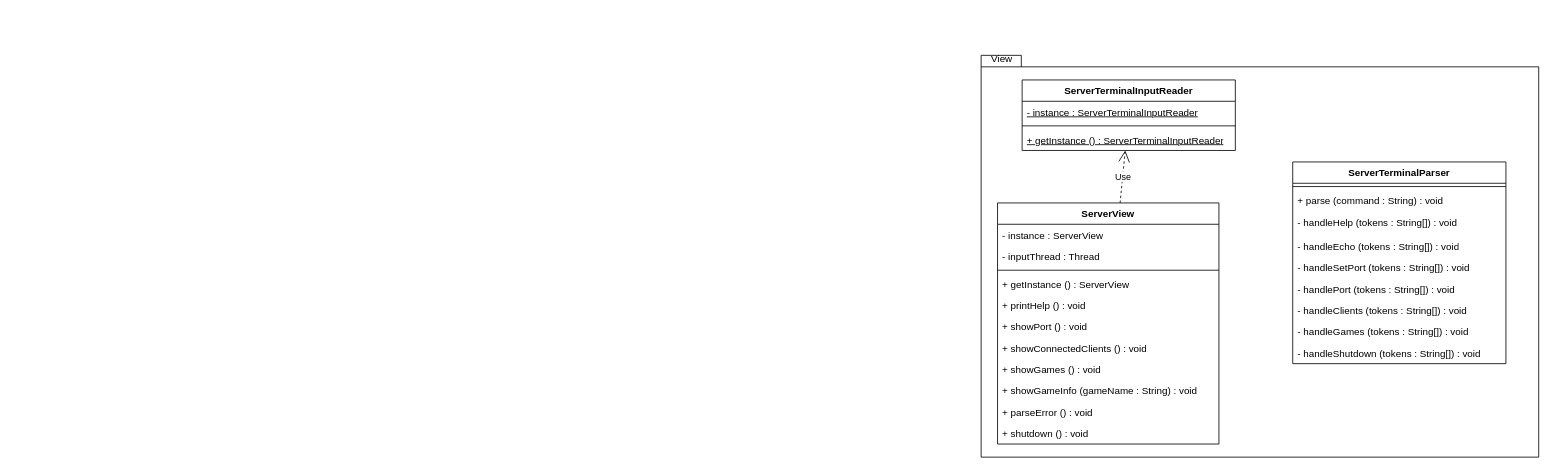
Before: page "ServerView" (6 of 10) of Deliveries/UML/UML.drawio in EliaDallanoce432/IS24-LB08, a draw.io diagram. Source tidied: cells renumbered, new cells numbered last; positions are measured from the earlier drawing's top-left corner, leaving out a move shared by most shapes. Both pictures are drawn from the tidied source at 82%, with x=0, y=0 at pixel (981, 47).
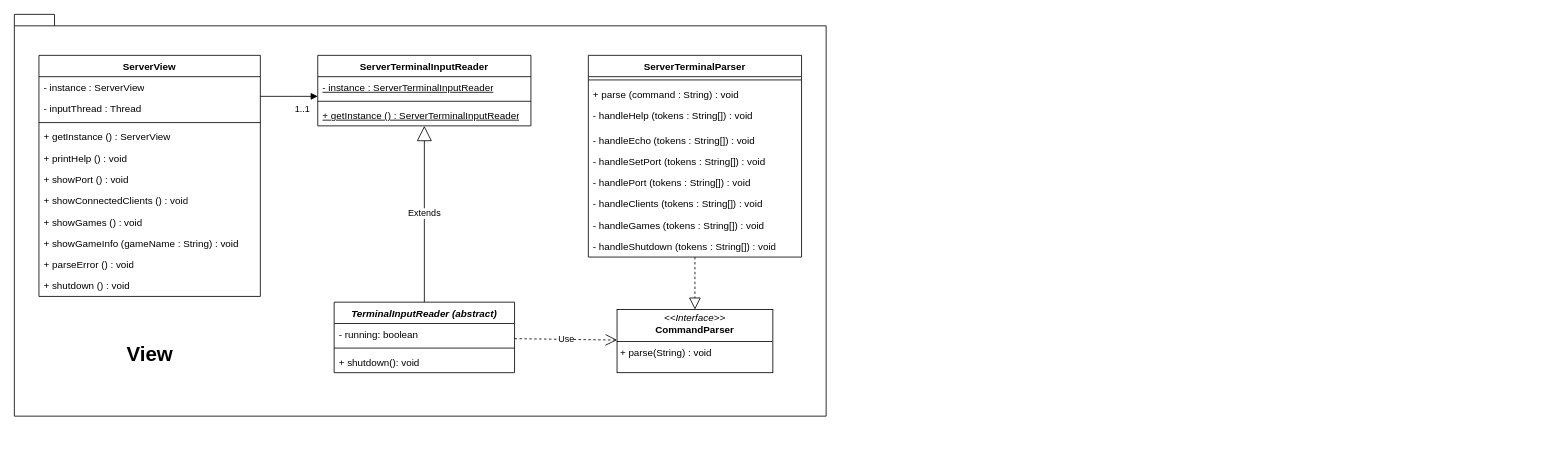
The same diagram, later.

The edit, as a diff of the source:
```diff
@@
-    <mxCell id="2" style="shape=folder;fontStyle=1;spacingTop=10;tabWidth=40;tabHeight=14;tabPosition=left;html=1;whiteSpace=wrap;" parent="1" vertex="1">
-      <mxGeometry y="10" width="680" height="490" as="geometry" />
-    </mxCell>
+    <mxCell id="31" style="shape=folder;fontStyle=1;spacingTop=10;tabWidth=40;tabHeight=14;tabPosition=left;html=1;whiteSpace=wrap;" parent="1" vertex="1">
+      <mxGeometry x="-1179" y="-40" width="990" height="490" as="geometry" />
+    </mxCell>
     <mxCell id="3" value="ServerTerminalInputReader" style="swimlane;fontStyle=1;align=center;verticalAlign=top;horizontal=1;startSize=26;whiteSpace=wrap;html=1;" parent="1" vertex="1">
-      <mxGeometry x="50" y="40" width="260" height="86" as="geometry" />
+      <mxGeometry x="-809" y="10" width="260" height="86" as="geometry" />
     </mxCell>
@@
-    <mxCell id="7" value="View" style="text;html=1;align=center;verticalAlign=middle;strokeColor=none;fillColor=none;" parent="1" vertex="1">
-      <mxGeometry width="50" height="30" as="geometry" />
-    </mxCell>
     <mxCell id="8" value="ServerTerminalParser" style="swimlane;fontStyle=1;align=center;verticalAlign=top;horizontal=1;startSize=26;whiteSpace=wrap;html=1;" parent="1" vertex="1">
-      <mxGeometry x="380" y="140" width="260" height="246" as="geometry" />
+      <mxGeometry x="-479" y="10" width="260" height="246" as="geometry" />
     </mxCell>
@@
     <mxCell id="18" value="ServerView" style="swimlane;fontStyle=1;align=center;verticalAlign=top;horizontal=1;startSize=26;whiteSpace=wrap;html=1;" parent="1" vertex="1">
-      <mxGeometry x="20" y="190" width="270" height="294" as="geometry" />
+      <mxGeometry x="-1149" y="10" width="270" height="294" as="geometry" />
     </mxCell>
@@
+    <mxCell id="32" style="endArrow=block;endFill=1;html=1;edgeStyle=orthogonalEdgeStyle;align=left;verticalAlign=top;rounded=0;" parent="1" edge="1" source="18" target="3">
+      <mxGeometry x="-1" relative="1" as="geometry">
+        <Array as="points">
+          <mxPoint x="-839" y="60" />
+          <mxPoint x="-839" y="60" />
+        </Array>
+      </mxGeometry>
+    </mxCell>
+    <mxCell id="33" value="1..1" style="edgeLabel;html=1;align=center;verticalAlign=middle;" parent="32" vertex="1">
+      <mxGeometry x="0.26" relative="1" as="geometry">
+        <mxPoint x="6" y="15" as="offset" />
+      </mxGeometry>
+    </mxCell>
+    <mxCell id="34" value="&lt;p style=&quot;margin:0px;margin-top:4px;text-align:center;&quot;&gt;&lt;i&gt;&amp;lt;&amp;lt;Interface&amp;gt;&amp;gt;&lt;/i&gt;&lt;br&gt;&lt;b&gt;CommandParser&lt;/b&gt;&lt;/p&gt;&lt;hr size=&quot;1&quot; style=&quot;border-style:solid;&quot;&gt;&lt;p style=&quot;margin:0px;margin-left:4px;&quot;&gt;+ parse(String) : void&lt;/p&gt;" style="verticalAlign=top;align=left;overflow=fill;html=1;whiteSpace=wrap;" parent="1" vertex="1">
+      <mxGeometry x="-444" y="320" width="190" height="77" as="geometry" />
+    </mxCell>
+    <mxCell id="35" style="endArrow=block;dashed=1;endFill=0;endSize=12;html=1;rounded=0;" parent="1" edge="1" source="8" target="34">
+      <mxGeometry relative="1" as="geometry" />
+    </mxCell>
+    <mxCell id="36" value="&lt;i&gt;TerminalInputReader (abstract)&lt;/i&gt;" style="swimlane;fontStyle=1;align=center;verticalAlign=top;horizontal=1;startSize=26;whiteSpace=wrap;html=1;" parent="1" vertex="1">
+      <mxGeometry x="-789" y="311" width="220" height="86" as="geometry" />
+    </mxCell>
+    <mxCell id="37" value="- running: boolean" style="text;strokeColor=none;fillColor=none;align=left;verticalAlign=top;spacingLeft=4;spacingRight=4;overflow=hidden;whiteSpace=wrap;html=1;" parent="36" vertex="1">
+      <mxGeometry y="26" width="220" height="26" as="geometry" />
+    </mxCell>
+    <mxCell id="38" style="line;strokeWidth=1;fillColor=none;align=left;verticalAlign=middle;spacingTop=-1;spacingLeft=3;spacingRight=3;labelPosition=right;strokeColor=inherit;" parent="36" vertex="1">
+      <mxGeometry y="52" width="220" height="8" as="geometry" />
+    </mxCell>
+    <mxCell id="39" value="+ shutdown(): void" style="text;strokeColor=none;fillColor=none;align=left;verticalAlign=top;spacingLeft=4;spacingRight=4;overflow=hidden;whiteSpace=wrap;html=1;" parent="36" vertex="1">
+      <mxGeometry y="60" width="220" height="26" as="geometry" />
+    </mxCell>
-    <mxCell id="30" value="Use" style="endArrow=open;endSize=12;dashed=1;html=1;rounded=0;" parent="1" edge="1" source="18" target="3">
+    <mxCell id="30" value="Use" style="endArrow=open;endSize=12;dashed=1;html=1;rounded=0;" parent="1" edge="1" source="36" target="34">
       <mxGeometry relative="1" as="geometry" />
     </mxCell>
+    <mxCell id="40" value="Extends" style="endArrow=block;endSize=16;endFill=0;html=1;rounded=0;" parent="1" edge="1" source="36" target="3">
+      <mxGeometry relative="1" as="geometry" />
+    </mxCell>
+    <mxCell id="7" value="&lt;font style=&quot;font-size: 25px;&quot;&gt;View&lt;/font&gt;" style="text;align=center;fontStyle=1;verticalAlign=middle;spacingLeft=3;spacingRight=3;strokeColor=none;html=1;" parent="1" vertex="1">
+      <mxGeometry x="-1054" y="360" width="80" height="26" as="geometry" />
+    </mxCell>
```
